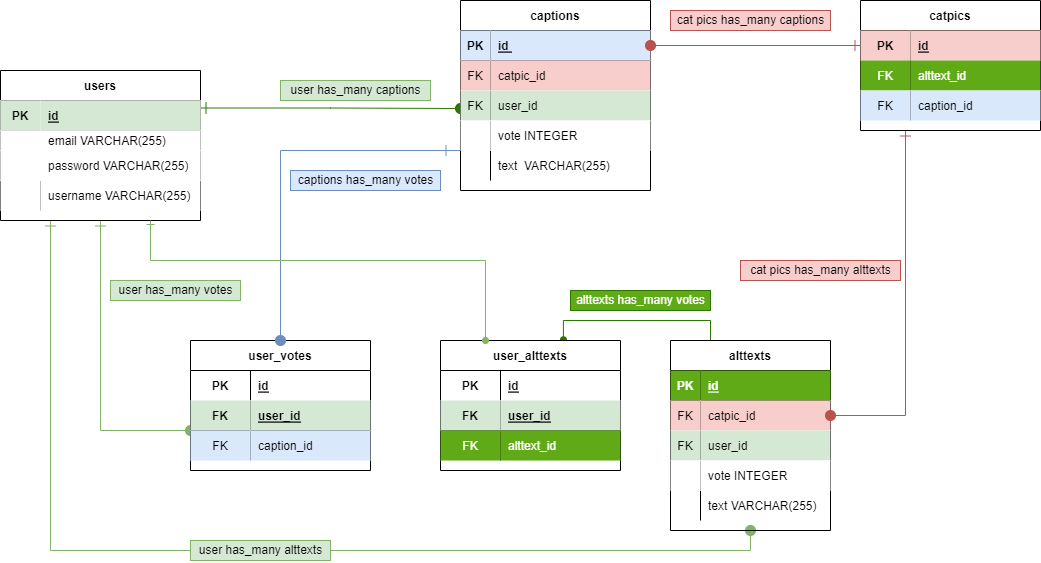
This is ERD.drawio.png from kokopuffz/Project2, a draw.io export, as it was before one commit. Source tidied: cells renumbered, new cells last; positions are measured from the earlier drawing's top-left corner, leaving out a move shared by most shapes.
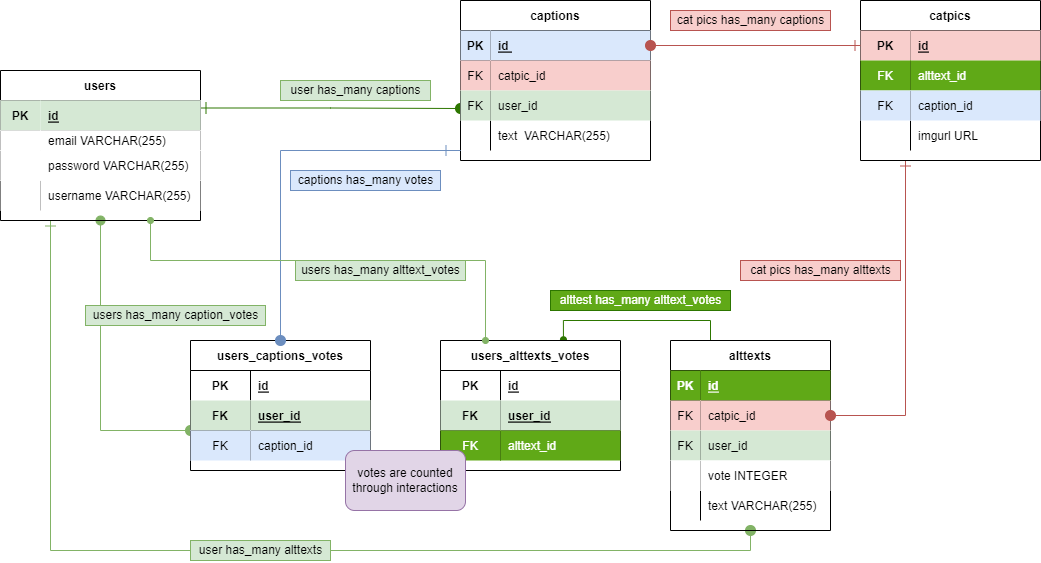
Later version of the same file.

The edit, as a diff of the source:
```diff
@@ -7,7 +7,7 @@
         <mxPoint x="460" y="108" as="targetPoint" />
       </mxGeometry>
     </mxCell>
-    <mxCell id="3" style="edgeStyle=orthogonalEdgeStyle;rounded=0;jettySize=auto;html=1;exitX=0.5;exitY=1;exitDx=0;exitDy=0;startArrow=ERone;startFill=0;endArrow=oval;endFill=1;startSize=9;endSize=10;strokeWidth=1;fillColor=#d5e8d4;strokeColor=#82b366;" parent="1" edge="1" source="5" target="55">
+    <mxCell id="3" style="edgeStyle=orthogonalEdgeStyle;rounded=0;jettySize=auto;html=1;exitX=0.5;exitY=1;exitDx=0;exitDy=0;startArrow=oval;startFill=1;endArrow=oval;endFill=1;startSize=9;endSize=10;strokeWidth=1;fillColor=#d5e8d4;strokeColor=#82b366;" parent="1" edge="1" source="5" target="55">
       <mxGeometry relative="1" as="geometry">
         <Array as="points">
           <mxPoint x="100" y="430" />
@@ -57,7 +57,7 @@
       <mxGeometry x="40" width="160" height="30" as="geometry" />
     </mxCell>
     <mxCell id="18" value="captions" style="shape=table;startSize=30;rowLines=0;fontStyle=1;align=center;" parent="1" vertex="1">
-      <mxGeometry x="460" width="190" height="190" as="geometry" />
+      <mxGeometry x="460" width="190" height="160" as="geometry" />
     </mxCell>
     <mxCell id="19" style="shape=tableRow;horizontal=0;startSize=0;swimlaneHead=0;swimlaneBody=0;fillColor=none;points=[[0,0.5],[1,0.5]];portConstraint=eastwest;top=0;left=0;right=0;bottom=1;" parent="18" vertex="1">
       <mxGeometry y="30" width="190" height="30" as="geometry" />
@@ -86,17 +86,8 @@
     <mxCell id="27" value="user_id " style="shape=partialRectangle;fillColor=#d5e8d4;top=0;left=0;bottom=0;right=0;align=left;spacingLeft=6;fontStyle=0;overflow=hidden;strokeColor=#82b366;" parent="25" vertex="1">
       <mxGeometry x="30" width="160" height="30" as="geometry" />
     </mxCell>
-    <mxCell id="28" style="shape=tableRow;horizontal=0;startSize=0;swimlaneHead=0;swimlaneBody=0;fillColor=none;top=0;left=0;right=0;bottom=0;" parent="18" vertex="1">
-      <mxGeometry y="120" width="190" height="30" as="geometry" />
-    </mxCell>
-    <mxCell id="29" style="shape=partialRectangle;top=0;left=0;bottom=0;right=0;overflow=hidden;" parent="28" vertex="1">
-      <mxGeometry width="30" height="30" as="geometry" />
-    </mxCell>
-    <mxCell id="30" value="vote INTEGER" style="shape=partialRectangle;top=0;left=0;bottom=0;right=0;align=left;spacingLeft=6;overflow=hidden;" parent="28" vertex="1">
-      <mxGeometry x="30" width="160" height="30" as="geometry" />
-    </mxCell>
     <mxCell id="31" style="shape=tableRow;horizontal=0;startSize=0;swimlaneHead=0;swimlaneBody=0;fillColor=none;top=0;left=0;right=0;bottom=0;" parent="18" vertex="1">
-      <mxGeometry y="150" width="190" height="30" as="geometry" />
+      <mxGeometry y="120" width="190" height="30" as="geometry" />
     </mxCell>
     <mxCell id="32" style="shape=partialRectangle;fillColor=none;top=0;left=0;bottom=0;right=0;overflow=hidden;" parent="31" vertex="1">
       <mxGeometry width="30" height="30" as="geometry" />
@@ -155,7 +146,7 @@
     <mxCell id="50" value="text VARCHAR(255)" style="shape=partialRectangle;fillColor=none;top=0;left=0;bottom=0;right=0;align=left;spacingLeft=6;overflow=hidden;" parent="48" vertex="1">
       <mxGeometry x="30" width="130" height="30" as="geometry" />
     </mxCell>
-    <mxCell id="51" value="user_votes" style="shape=table;startSize=30;rowLines=0;fontStyle=1;align=center;fillColor=#FFFFFF;" parent="1" vertex="1">
+    <mxCell id="51" value="users_captions_votes" style="shape=table;startSize=30;rowLines=0;fontStyle=1;align=center;fillColor=#FFFFFF;" parent="1" vertex="1">
       <mxGeometry x="190" y="340" width="180" height="130" as="geometry" />
     </mxCell>
     <mxCell id="52" style="shape=tableRow;horizontal=0;startSize=0;swimlaneHead=0;swimlaneBody=0;fillColor=none;top=0;left=0;right=0;bottom=0;" parent="51" vertex="1">
@@ -189,7 +180,7 @@
       <mxGeometry relative="1" as="geometry" />
     </mxCell>
     <mxCell id="62" value="catpics" style="shape=table;startSize=30;rowLines=0;fontStyle=1;align=center;fillColor=#FFFFFF;" parent="1" vertex="1">
-      <mxGeometry x="860" width="180" height="130" as="geometry" />
+      <mxGeometry x="860" width="180" height="160" as="geometry" />
     </mxCell>
     <mxCell id="63" style="shape=tableRow;horizontal=0;startSize=0;swimlaneHead=0;swimlaneBody=0;fillColor=none;points=[[0,0.5],[1,0.5]];portConstraint=eastwest;top=0;left=0;right=0;bottom=0;" parent="62" vertex="1">
       <mxGeometry y="30" width="180" height="30" as="geometry" />
@@ -218,6 +209,15 @@
     <mxCell id="71" value="caption_id" style="shape=partialRectangle;fillColor=#dae8fc;top=0;left=0;bottom=0;right=0;align=left;spacingLeft=6;fontStyle=0;overflow=hidden;labelBackgroundColor=none;strokeColor=#6c8ebf;" parent="69" vertex="1">
       <mxGeometry x="50" width="130" height="30" as="geometry" />
     </mxCell>
+    <mxCell id="92" style="shape=tableRow;horizontal=0;startSize=0;swimlaneHead=0;swimlaneBody=0;fillColor=none;top=0;left=0;right=0;bottom=0;" parent="62" vertex="1">
+      <mxGeometry y="120" width="180" height="30" as="geometry" />
+    </mxCell>
+    <mxCell id="93" style="shape=partialRectangle;fillColor=none;top=0;left=0;bottom=0;right=0;overflow=hidden;" parent="92" vertex="1">
+      <mxGeometry width="50" height="30" as="geometry" />
+    </mxCell>
+    <mxCell id="94" value="imgurl URL" style="shape=partialRectangle;fillColor=none;top=0;left=0;bottom=0;right=0;align=left;spacingLeft=6;overflow=hidden;" parent="92" vertex="1">
+      <mxGeometry x="50" width="130" height="30" as="geometry" />
+    </mxCell>
     <mxCell id="72" value="user has_many captions" style="text;html=1;align=center;verticalAlign=middle;strokeColor=#82b366;fillColor=#d5e8d4;" parent="1" vertex="1">
       <mxGeometry x="280" y="80" width="150" height="20" as="geometry" />
     </mxCell>
@@ -227,8 +227,8 @@
     <mxCell id="74" value="cat pics has_many captions" style="text;html=1;align=center;verticalAlign=middle;strokeColor=#b85450;fillColor=#f8cecc;" parent="1" vertex="1">
       <mxGeometry x="670" y="10" width="160" height="20" as="geometry" />
     </mxCell>
-    <mxCell id="75" value="user has_many votes" style="text;html=1;align=center;verticalAlign=middle;strokeColor=#82b366;fillColor=#d5e8d4;" parent="1" vertex="1">
-      <mxGeometry x="110" y="280" width="130" height="20" as="geometry" />
+    <mxCell id="75" value="users has_many caption_votes" style="text;html=1;align=center;verticalAlign=middle;strokeColor=#82b366;fillColor=#d5e8d4;" parent="1" vertex="1">
+      <mxGeometry x="85" y="305" width="180" height="20" as="geometry" />
     </mxCell>
     <mxCell id="76" style="edgeStyle=orthogonalEdgeStyle;rounded=0;jettySize=auto;html=1;entryX=0.5;entryY=0;entryDx=0;entryDy=0;startArrow=ERone;startFill=0;endArrow=oval;endFill=1;startSize=9;endSize=10;strokeWidth=1;fillColor=#dae8fc;strokeColor=#6c8ebf;" parent="1" edge="1" target="51">
       <mxGeometry relative="1" as="geometry">
@@ -242,8 +242,8 @@
     <mxCell id="77" value="cat pics has_many alttexts" style="text;html=1;align=center;verticalAlign=middle;strokeColor=#b85450;fillColor=#f8cecc;" parent="1" vertex="1">
       <mxGeometry x="740" y="260" width="160" height="20" as="geometry" />
     </mxCell>
-    <mxCell id="78" value="alttexts has_many votes" style="text;html=1;align=center;verticalAlign=middle;strokeColor=#2D7600;fillColor=#60a917;fontColor=#ffffff;" parent="1" vertex="1">
-      <mxGeometry x="570" y="290" width="140" height="20" as="geometry" />
+    <mxCell id="78" value="alttest has_many alttext_votes" style="text;html=1;align=center;verticalAlign=middle;strokeColor=#2D7600;fillColor=#60a917;fontColor=#ffffff;" parent="1" vertex="1">
+      <mxGeometry x="550" y="290" width="180" height="20" as="geometry" />
     </mxCell>
     <mxCell id="79" value="user has_many alttexts" style="text;html=1;align=center;verticalAlign=middle;strokeColor=#82b366;fillColor=#d5e8d4;" parent="1" vertex="1">
       <mxGeometry x="190" y="540" width="140" height="20" as="geometry" />
@@ -251,7 +251,7 @@
     <mxCell id="80" value="captions has_many votes" style="text;html=1;align=center;verticalAlign=middle;strokeColor=#6c8ebf;fillColor=#dae8fc;" parent="1" vertex="1">
       <mxGeometry x="290" y="170" width="150" height="20" as="geometry" />
     </mxCell>
-    <mxCell id="81" value="user_alttexts" style="shape=table;startSize=30;rowLines=0;fontStyle=1;align=center;fillColor=#FFFFFF;" parent="1" vertex="1">
+    <mxCell id="81" value="users_alttexts_votes" style="shape=table;startSize=30;rowLines=0;fontStyle=1;align=center;fillColor=#FFFFFF;" parent="1" vertex="1">
       <mxGeometry x="440" y="340" width="180" height="130" as="geometry" />
     </mxCell>
     <mxCell id="82" style="shape=tableRow;horizontal=0;startSize=0;swimlaneHead=0;swimlaneBody=0;fillColor=none;top=0;left=0;right=0;bottom=0;" parent="81" vertex="1">
@@ -281,7 +281,7 @@
     <mxCell id="90" value="alttext_id" style="shape=partialRectangle;fillColor=#60a917;top=0;left=0;bottom=0;right=0;align=left;spacingLeft=6;overflow=hidden;fontColor=#ffffff;strokeColor=#2D7600;" parent="88" vertex="1">
       <mxGeometry x="60" width="120" height="30" as="geometry" />
     </mxCell>
-    <mxCell id="91" style="edgeStyle=orthogonalEdgeStyle;rounded=0;jettySize=auto;html=1;entryX=0.25;entryY=0;entryDx=0;entryDy=0;exitX=0.75;exitY=1;exitDx=0;exitDy=0;startArrow=ERone;startFill=0;fillColor=#d5e8d4;strokeColor=#82b366;endArrow=oval;endFill=1;" parent="1" edge="1" source="5" target="81">
+    <mxCell id="91" style="edgeStyle=orthogonalEdgeStyle;rounded=0;jettySize=auto;html=1;entryX=0.25;entryY=0;entryDx=0;entryDy=0;exitX=0.75;exitY=1;exitDx=0;exitDy=0;startArrow=oval;startFill=1;fillColor=#d5e8d4;strokeColor=#82b366;endArrow=oval;endFill=1;" parent="1" edge="1" source="5" target="81">
       <mxGeometry relative="1" as="geometry">
         <Array as="points">
           <mxPoint x="150" y="260" />
@@ -289,5 +289,11 @@
         </Array>
       </mxGeometry>
     </mxCell>
+    <mxCell id="95" value="users has_many alttext_votes" style="text;html=1;align=center;verticalAlign=middle;strokeColor=#82b366;fillColor=#d5e8d4;" parent="1" vertex="1">
+      <mxGeometry x="295" y="260" width="170" height="20" as="geometry" />
+    </mxCell>
+    <mxCell id="96" value="votes are counted through interactions" style="rounded=1;whiteSpace=wrap;html=1;fillColor=#e1d5e7;strokeColor=#9673a6;" parent="1" vertex="1">
+      <mxGeometry x="345" y="450" width="120" height="60" as="geometry" />
+    </mxCell>
   </root>
 </mxGraphModel>
```
